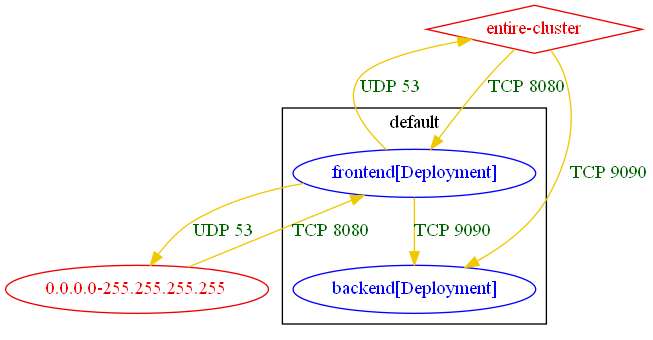
np-guard/netpol-analyzer keeps this Graphviz diagram as test_outputs/connlist/exposure_test_exposure_minimal_netpol_analysis_connlist_output.dot.png. Above is the earlier version. Its source is kept beside it as test_outputs/connlist/exposure_test_exposure_minimal_netpol_analysis_connlist_output.dot.
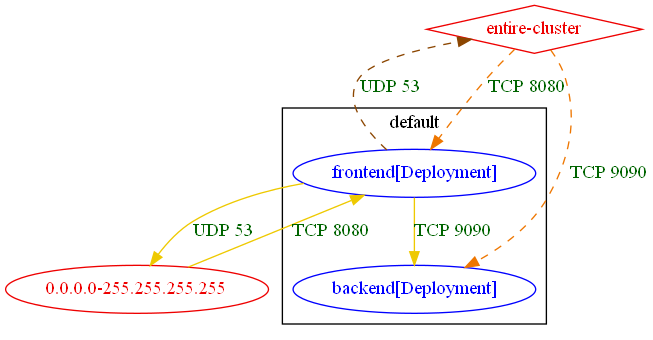
After the change.

Change to the diagram source:
```diff
@@ -11,7 +11,7 @@
 	"0.0.0.0-255.255.255.255" -> "default/frontend[Deployment]" [label="TCP 8080" color="gold2" fontcolor="darkgreen"]
 	"default/frontend[Deployment]" -> "0.0.0.0-255.255.255.255" [label="UDP 53" color="gold2" fontcolor="darkgreen"]
 	"default/frontend[Deployment]" -> "default/backend[Deployment]" [label="TCP 9090" color="gold2" fontcolor="darkgreen"]
-	"default/frontend[Deployment]" -> "entire-cluster" [label="UDP 53" color="gold2" fontcolor="darkgreen" weight=0.5]
-	"entire-cluster" -> "default/backend[Deployment]" [label="TCP 9090" color="gold2" fontcolor="darkgreen" weight=1]
-	"entire-cluster" -> "default/frontend[Deployment]" [label="TCP 8080" color="gold2" fontcolor="darkgreen" weight=1]
+	"default/frontend[Deployment]" -> "entire-cluster" [label="UDP 53" color="darkorange4" fontcolor="darkgreen" weight=0.5 style=dashed]
+	"entire-cluster" -> "default/backend[Deployment]" [label="TCP 9090" color="darkorange2" fontcolor="darkgreen" weight=1 style=dashed]
+	"entire-cluster" -> "default/frontend[Deployment]" [label="TCP 8080" color="darkorange2" fontcolor="darkgreen" weight=1 style=dashed]
 }
```
